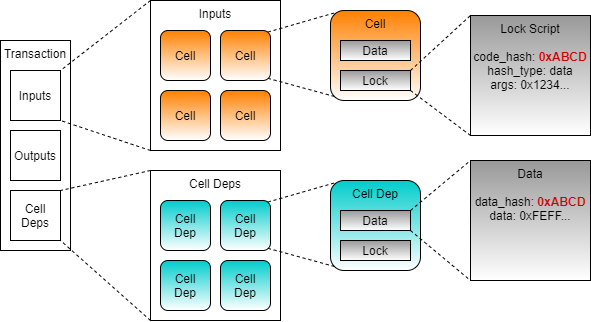
The draw.io diagram .gitbook/assets/transaction-connections-3.png in jordanmack/developer-training-course-documentation, before a commit. Source tidied: cells renumbered, new cells last; positions are measured from the earlier drawing's top-left corner, leaving out a move shared by most shapes.
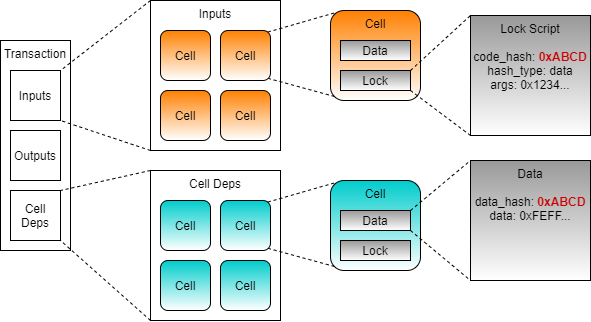
Later version of the same file.

Commit message:
GitBook: [master] no pages and one asset modified

Change to the diagram source:
```diff
@@ -41,16 +41,16 @@
     <mxCell id="14" value="Cell" style="rounded=1;whiteSpace=wrap;html=1;gradientColor=#ffffff;fillColor=#FF8000;" parent="1" vertex="1">
       <mxGeometry x="220" y="90" width="50" height="50" as="geometry" />
     </mxCell>
-    <mxCell id="15" value="Cell&lt;br&gt;Dep" style="rounded=1;whiteSpace=wrap;html=1;gradientColor=#ffffff;fillColor=#00CCCC;" parent="1" vertex="1">
+    <mxCell id="15" value="Cell" style="rounded=1;whiteSpace=wrap;html=1;gradientColor=#ffffff;fillColor=#00CCCC;" parent="1" vertex="1">
       <mxGeometry x="160" y="200" width="50" height="50" as="geometry" />
     </mxCell>
-    <mxCell id="16" value="Cell&lt;br&gt;Dep" style="rounded=1;whiteSpace=wrap;html=1;gradientColor=#ffffff;fillColor=#00CCCC;" parent="1" vertex="1">
+    <mxCell id="16" value="Cell" style="rounded=1;whiteSpace=wrap;html=1;gradientColor=#ffffff;fillColor=#00CCCC;" parent="1" vertex="1">
       <mxGeometry x="220" y="260" width="50" height="50" as="geometry" />
     </mxCell>
-    <mxCell id="17" value="Cell&lt;br&gt;Dep" style="rounded=1;whiteSpace=wrap;html=1;gradientColor=#ffffff;fillColor=#00CCCC;" parent="1" vertex="1">
+    <mxCell id="17" value="Cell" style="rounded=1;whiteSpace=wrap;html=1;gradientColor=#ffffff;fillColor=#00CCCC;" parent="1" vertex="1">
       <mxGeometry x="220" y="200" width="50" height="50" as="geometry" />
     </mxCell>
-    <mxCell id="18" value="Cell&lt;br&gt;Dep" style="rounded=1;whiteSpace=wrap;html=1;gradientColor=#ffffff;fillColor=#00CCCC;" parent="1" vertex="1">
+    <mxCell id="18" value="Cell" style="rounded=1;whiteSpace=wrap;html=1;gradientColor=#ffffff;fillColor=#00CCCC;" parent="1" vertex="1">
       <mxGeometry x="160" y="260" width="50" height="50" as="geometry" />
     </mxCell>
     <mxCell id="19" value="Cell" style="rounded=1;whiteSpace=wrap;html=1;gradientColor=#ffffff;fillColor=#FF8000;verticalAlign=top;" parent="1" vertex="1">
@@ -65,7 +65,7 @@
     <mxCell id="22" value="Cell" style="rounded=1;whiteSpace=wrap;html=1;gradientColor=#ffffff;fillColor=#FF8000;" parent="1" vertex="1">
       <mxGeometry x="220" y="30" width="50" height="50" as="geometry" />
     </mxCell>
-    <mxCell id="23" value="Cell Dep" style="rounded=1;whiteSpace=wrap;html=1;gradientColor=#ffffff;verticalAlign=top;fillColor=#00CCCC;" parent="1" vertex="1">
+    <mxCell id="23" value="Cell" style="rounded=1;whiteSpace=wrap;html=1;gradientColor=#ffffff;verticalAlign=top;fillColor=#00CCCC;" parent="1" vertex="1">
       <mxGeometry x="330" y="180" width="90" height="90" as="geometry" />
     </mxCell>
     <mxCell id="24" style="endArrow=none;dashed=1;html=1;entryX=0.068;entryY=0.02;entryDx=0;entryDy=0;entryPerimeter=0;exitX=0.946;exitY=0.032;exitDx=0;exitDy=0;exitPerimeter=0;" parent="1" edge="1" target="23">
```
